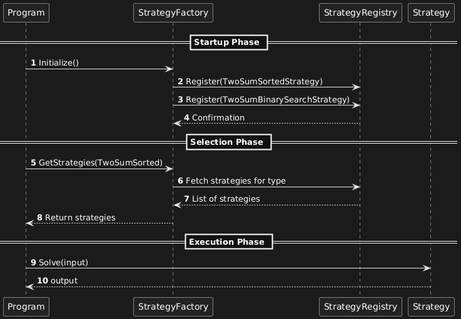
The PlantUML diagram Leetcode/Documentation/plantuml-strategy-registration-sequence-diagram.png in abhimanyu-builds/Leetcode, before a commit. Its diagram source:
```plantuml
@startuml
autonumber
skinparam shadowing false
skinparam linetype ortho

participant Program
participant StrategyFactory
participant StrategyRegistry
participant Strategy

== Startup Phase ==

Program -> StrategyFactory : Initialize()
StrategyFactory -> StrategyRegistry : Register(TwoSumSortedStrategy)
StrategyFactory -> StrategyRegistry : Register(TwoSumBinarySearchStrategy)
StrategyRegistry --> StrategyFactory : Confirmation

== Selection Phase ==

Program -> StrategyFactory : GetStrategies(TwoSumSorted)
StrategyFactory -> StrategyRegistry : Fetch strategies for type
StrategyRegistry --> StrategyFactory : List of strategies
StrategyFactory --> Program : Return strategies

== Execution Phase ==
Program -> Strategy : Solve(input)
Strategy --> Program : output
@enduml
```
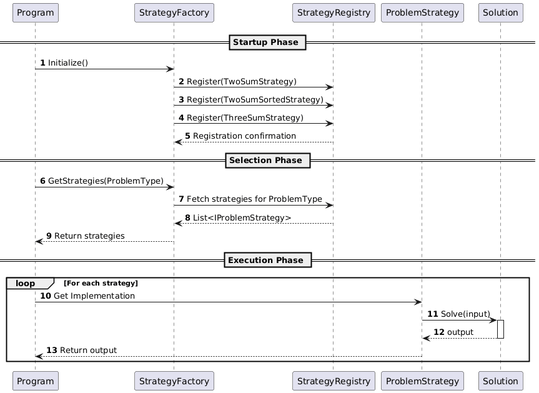
Later version of the same file.

Change to the diagram source:
```diff
@@ -6,23 +6,32 @@
 participant Program
 participant StrategyFactory
 participant StrategyRegistry
-participant Strategy
+participant ProblemStrategy
+participant Solution
 
 == Startup Phase ==
 
 Program -> StrategyFactory : Initialize()
+StrategyFactory -> StrategyRegistry : Register(TwoSumStrategy)
 StrategyFactory -> StrategyRegistry : Register(TwoSumSortedStrategy)
-StrategyFactory -> StrategyRegistry : Register(TwoSumBinarySearchStrategy)
-StrategyRegistry --> StrategyFactory : Confirmation
+StrategyFactory -> StrategyRegistry : Register(ThreeSumStrategy)
+StrategyRegistry --> StrategyFactory : Registration confirmation
 
 == Selection Phase ==
 
-Program -> StrategyFactory : GetStrategies(TwoSumSorted)
-StrategyFactory -> StrategyRegistry : Fetch strategies for type
-StrategyRegistry --> StrategyFactory : List of strategies
+Program -> StrategyFactory : GetStrategies(ProblemType)
+StrategyFactory -> StrategyRegistry : Fetch strategies for ProblemType
+StrategyRegistry --> StrategyFactory : List<IProblemStrategy>
 StrategyFactory --> Program : Return strategies
 
 == Execution Phase ==
-Program -> Strategy : Solve(input)
-Strategy --> Program : output
+
+loop For each strategy
+    Program -> ProblemStrategy : Get Implementation
+    ProblemStrategy -> Solution : Solve(input)
+    activate Solution
+    Solution --> ProblemStrategy : output
+    deactivate Solution
+    ProblemStrategy --> Program : Return output
+end
 @enduml
```
